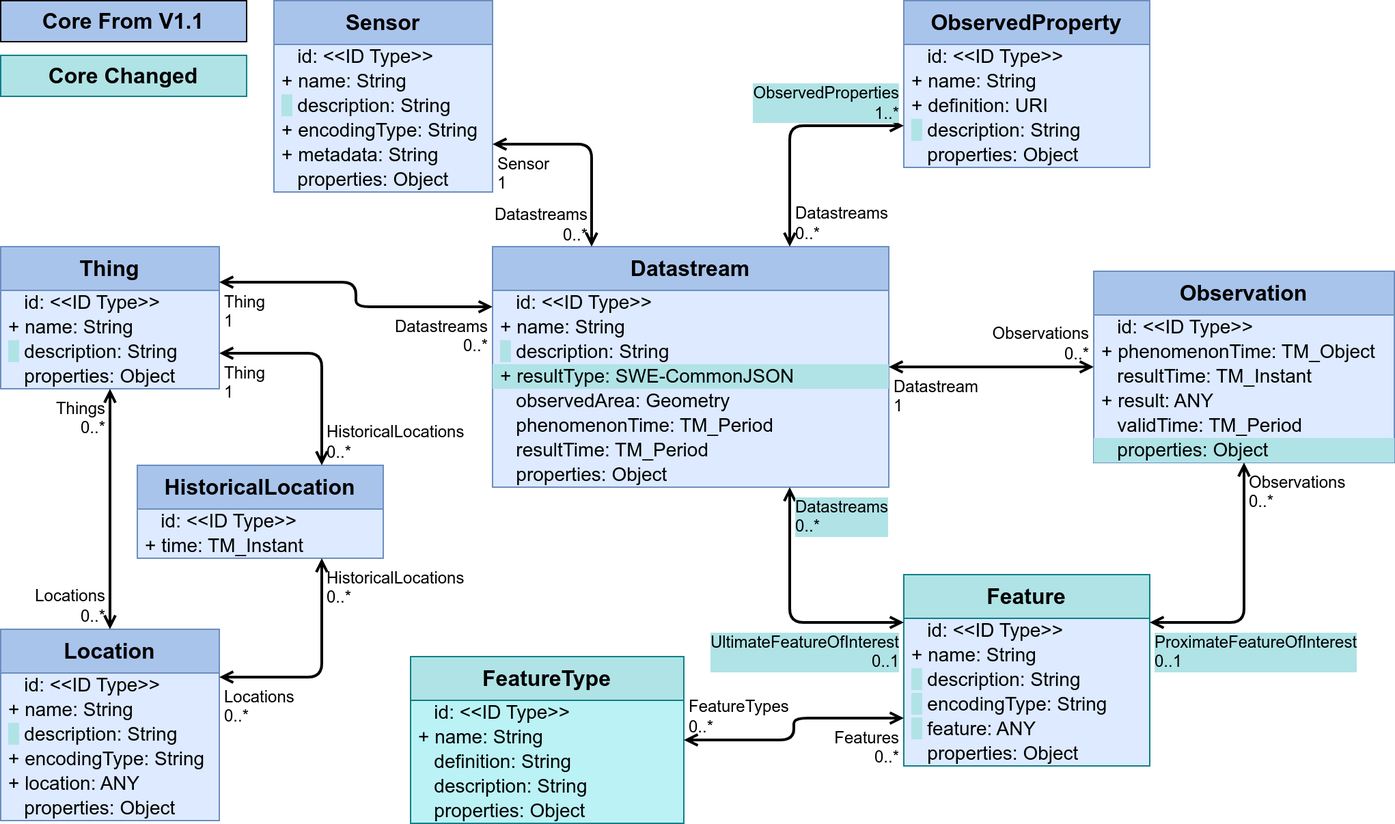
Earlier version of the draw.io export figures/Datamodel-SensorThingsApi-V2-proposal-1-Core-changed.drawio.png (opengeospatial/sensorthings). Source tidied: cells renumbered, new cells last; positions are measured from the earlier drawing's top-left corner, leaving out a move shared by most shapes.
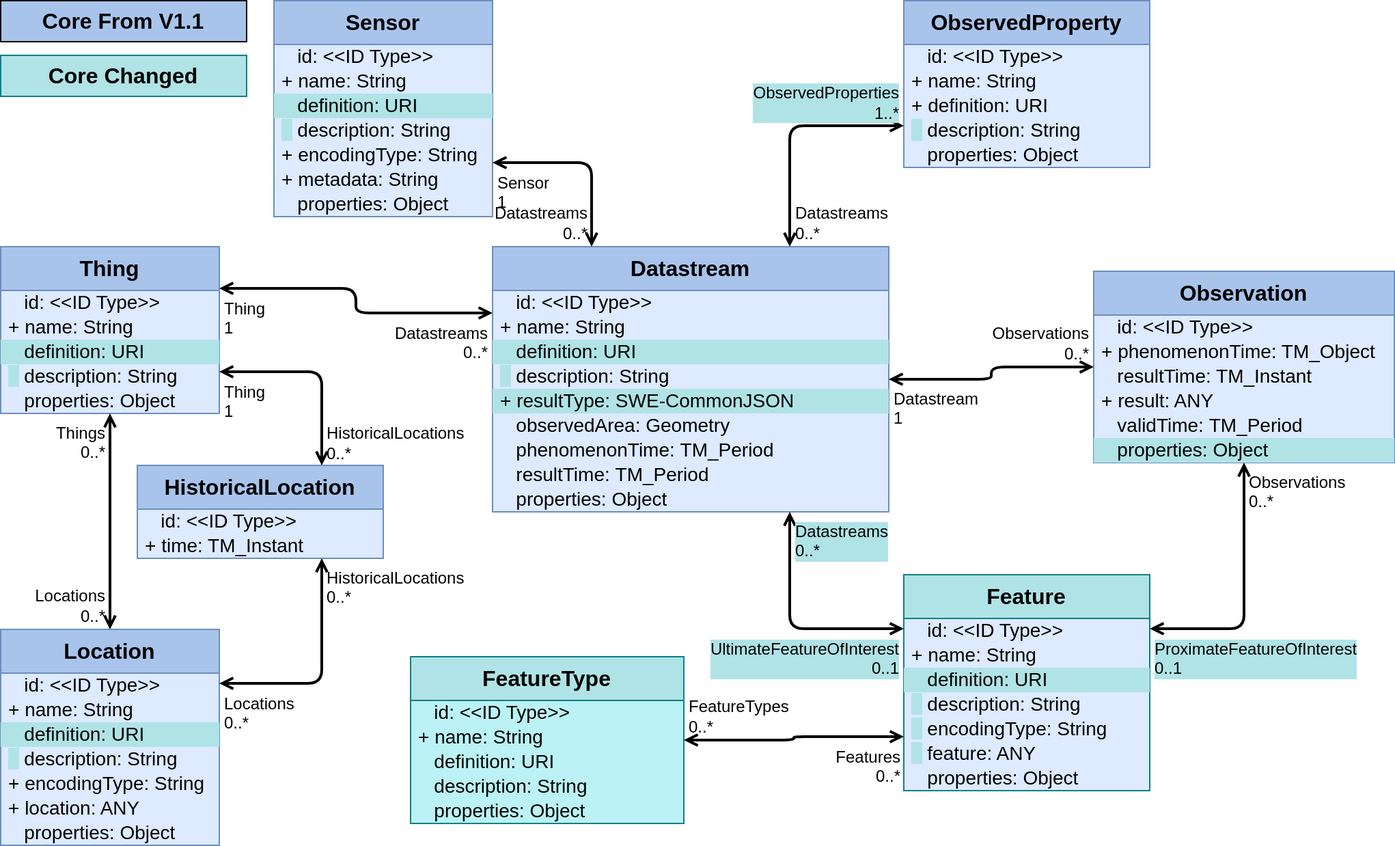
The same diagram one commit later.

Commit message:
Added definition field to most EntityTypes

What changed in the source:
```diff
@@ -3,7 +3,7 @@
     <mxCell id="0" />
     <mxCell id="1" parent="0" />
     <mxCell id="2" value="Datastream" style="swimlane;fontStyle=1;horizontal=1;startSize=32;fontSize=16;whiteSpace=wrap;html=1;fillColor=#A9C4EB;strokeColor=#6c8ebf;swimlaneFillColor=#DDEAFF;verticalAlign=top;" parent="1" vertex="1">
-      <mxGeometry x="360" y="180" width="290" height="176" as="geometry" />
+      <mxGeometry x="360" y="180" width="290" height="194" as="geometry" />
     </mxCell>
     <mxCell id="3" value="&amp;nbsp;&amp;nbsp;&amp;nbsp;id: &amp;lt;&amp;lt;ID Type&amp;gt;&amp;gt;" style="text;strokeColor=none;fillColor=none;align=left;verticalAlign=middle;spacingLeft=4;spacingRight=4;overflow=visible;html=1;fontSize=14;" parent="2" vertex="1">
       <mxGeometry y="32" width="290" height="18" as="geometry" />
@@ -11,26 +11,29 @@
     <mxCell id="4" value="+ name: String" style="text;strokeColor=none;fillColor=none;align=left;verticalAlign=middle;spacingLeft=4;spacingRight=4;overflow=visible;html=1;fontSize=14;" parent="2" vertex="1">
       <mxGeometry y="50" width="290" height="18" as="geometry" />
     </mxCell>
+    <mxCell id="91" value="&amp;nbsp; &amp;nbsp;definition: URI" style="text;strokeColor=none;fillColor=#B0E3E6;align=left;verticalAlign=middle;spacingLeft=4;spacingRight=4;overflow=visible;html=1;fontSize=14;" parent="2" vertex="1">
+      <mxGeometry y="68" width="290" height="18" as="geometry" />
+    </mxCell>
     <mxCell id="5" value="&lt;span style=&quot;background-color: rgb(176, 227, 230);&quot;&gt;&amp;nbsp; &lt;/span&gt;&amp;nbsp;description: String" style="text;strokeColor=none;fillColor=none;align=left;verticalAlign=middle;spacingLeft=4;spacingRight=4;overflow=visible;html=1;fontSize=14;" parent="2" vertex="1">
-      <mxGeometry y="68" width="290" height="18" as="geometry" />
+      <mxGeometry y="86" width="290" height="18" as="geometry" />
     </mxCell>
     <mxCell id="6" value="+ resultType: SWE-CommonJSON" style="text;strokeColor=none;fillColor=#b0e3e6;align=left;verticalAlign=middle;spacingLeft=4;spacingRight=4;overflow=visible;html=1;fontSize=14;" parent="2" vertex="1">
-      <mxGeometry y="86" width="290" height="18" as="geometry" />
+      <mxGeometry y="104" width="290" height="18" as="geometry" />
     </mxCell>
     <mxCell id="7" value="&amp;nbsp;&amp;nbsp;&amp;nbsp;observedArea: Geometry" style="text;strokeColor=none;fillColor=none;align=left;verticalAlign=middle;spacingLeft=4;spacingRight=4;overflow=visible;html=1;fontSize=14;" parent="2" vertex="1">
-      <mxGeometry y="104" width="290" height="18" as="geometry" />
+      <mxGeometry y="122" width="290" height="18" as="geometry" />
     </mxCell>
     <mxCell id="8" value="&amp;nbsp;&amp;nbsp;&amp;nbsp;phenomenonTime:&amp;nbsp;TM_Period" style="text;strokeColor=none;fillColor=none;align=left;verticalAlign=middle;spacingLeft=4;spacingRight=4;overflow=visible;html=1;fontSize=14;" parent="2" vertex="1">
-      <mxGeometry y="122" width="290" height="18" as="geometry" />
+      <mxGeometry y="140" width="290" height="18" as="geometry" />
     </mxCell>
     <mxCell id="9" value="&amp;nbsp;&amp;nbsp;&amp;nbsp;resultTime:&amp;nbsp;TM_Period" style="text;strokeColor=none;fillColor=none;align=left;verticalAlign=middle;spacingLeft=4;spacingRight=4;overflow=visible;html=1;fontSize=14;" parent="2" vertex="1">
-      <mxGeometry y="140" width="290" height="18" as="geometry" />
+      <mxGeometry y="158" width="290" height="18" as="geometry" />
     </mxCell>
     <mxCell id="10" value="&amp;nbsp;&amp;nbsp;&amp;nbsp;properties: Object" style="text;strokeColor=none;fillColor=none;align=left;verticalAlign=middle;spacingLeft=4;spacingRight=4;overflow=visible;html=1;fontSize=14;" parent="2" vertex="1">
-      <mxGeometry y="158" width="290" height="18" as="geometry" />
+      <mxGeometry y="176" width="290" height="18" as="geometry" />
     </mxCell>
     <mxCell id="11" value="Feature" style="swimlane;fontStyle=1;horizontal=1;startSize=32;fontSize=16;whiteSpace=wrap;html=1;fillColor=#b0e3e6;strokeColor=#0e8088;swimlaneFillColor=#DDEAFF;verticalAlign=top;" parent="1" vertex="1">
-      <mxGeometry x="661" y="420" width="180" height="140" as="geometry" />
+      <mxGeometry x="661" y="420" width="180" height="158" as="geometry" />
     </mxCell>
     <mxCell id="12" value="&amp;nbsp;&amp;nbsp;&amp;nbsp;id: &amp;lt;&amp;lt;ID Type&amp;gt;&amp;gt;" style="text;strokeColor=none;fillColor=none;align=left;verticalAlign=middle;spacingLeft=4;spacingRight=4;overflow=visible;html=1;fontSize=14;" parent="11" vertex="1">
       <mxGeometry y="32" width="180" height="18" as="geometry" />
@@ -38,17 +41,20 @@
     <mxCell id="13" value="+ name: String" style="text;strokeColor=none;fillColor=none;align=left;verticalAlign=middle;spacingLeft=4;spacingRight=4;overflow=visible;html=1;fontSize=14;" parent="11" vertex="1">
       <mxGeometry y="50" width="180" height="18" as="geometry" />
     </mxCell>
+    <mxCell id="92" value="&amp;nbsp; &amp;nbsp;definition: URI" style="text;strokeColor=none;fillColor=#B0E3E6;align=left;verticalAlign=middle;spacingLeft=4;spacingRight=4;overflow=visible;html=1;fontSize=14;" parent="11" vertex="1">
+      <mxGeometry y="68" width="180" height="18" as="geometry" />
+    </mxCell>
     <mxCell id="14" value="&lt;span style=&quot;background-color: rgb(176, 227, 230);&quot;&gt;&amp;nbsp; &lt;/span&gt;&amp;nbsp;description: String" style="text;strokeColor=none;fillColor=none;align=left;verticalAlign=middle;spacingLeft=4;spacingRight=4;overflow=visible;html=1;fontSize=14;" parent="11" vertex="1">
-      <mxGeometry y="68" width="180" height="18" as="geometry" />
+      <mxGeometry y="86" width="180" height="18" as="geometry" />
     </mxCell>
     <mxCell id="15" value="&lt;span style=&quot;background-color: rgb(176, 227, 230);&quot;&gt;&amp;nbsp; &lt;/span&gt;&amp;nbsp;encodingType: String" style="text;strokeColor=none;fillColor=none;align=left;verticalAlign=middle;spacingLeft=4;spacingRight=4;overflow=visible;html=1;fontSize=14;" parent="11" vertex="1">
-      <mxGeometry y="86" width="180" height="18" as="geometry" />
+      <mxGeometry y="104" width="180" height="18" as="geometry" />
     </mxCell>
     <mxCell id="16" value="&lt;span style=&quot;background-color: rgb(176, 227, 230);&quot;&gt;&amp;nbsp; &lt;/span&gt;&amp;nbsp;feature: ANY" style="text;strokeColor=none;fillColor=none;align=left;verticalAlign=middle;spacingLeft=4;spacingRight=4;overflow=visible;html=1;fontSize=14;" parent="11" vertex="1">
-      <mxGeometry y="104" width="180" height="18" as="geometry" />
+      <mxGeometry y="122" width="180" height="18" as="geometry" />
     </mxCell>
     <mxCell id="17" value="&amp;nbsp;&amp;nbsp;&amp;nbsp;properties: Object" style="text;strokeColor=none;fillColor=none;align=left;verticalAlign=middle;spacingLeft=4;spacingRight=4;overflow=visible;html=1;fontSize=14;" parent="11" vertex="1">
-      <mxGeometry y="122" width="180" height="18" as="geometry" />
+      <mxGeometry y="140" width="180" height="18" as="geometry" />
     </mxCell>
     <mxCell id="18" style="endArrow=open;startArrow=open;html=1;rounded=1;exitX=0;exitY=0.25;exitDx=0;exitDy=0;edgeStyle=orthogonalEdgeStyle;entryX=0.75;entryY=1;entryDx=0;entryDy=0;curved=0;strokeWidth=2;startFill=0;endFill=0;" parent="1" edge="1" source="11" target="2">
       <mxGeometry relative="1" as="geometry" />
@@ -68,7 +74,7 @@
     <mxCell id="23" value="+ name: String" style="text;strokeColor=none;fillColor=none;align=left;verticalAlign=middle;spacingLeft=4;spacingRight=4;overflow=visible;html=1;fontSize=14;" parent="21" vertex="1">
       <mxGeometry y="50" width="200" height="18" as="geometry" />
     </mxCell>
-    <mxCell id="24" value="&amp;nbsp; &amp;nbsp;definition: String" style="text;strokeColor=none;fillColor=none;align=left;verticalAlign=middle;spacingLeft=4;spacingRight=4;overflow=visible;html=1;fontSize=14;" parent="21" vertex="1">
+    <mxCell id="24" value="&amp;nbsp; &amp;nbsp;definition: URI" style="text;strokeColor=none;fillColor=none;align=left;verticalAlign=middle;spacingLeft=4;spacingRight=4;overflow=visible;html=1;fontSize=14;" parent="21" vertex="1">
       <mxGeometry y="68" width="200" height="18" as="geometry" />
     </mxCell>
     <mxCell id="25" value="&amp;nbsp;&amp;nbsp;&amp;nbsp;description: String" style="text;strokeColor=none;fillColor=none;align=left;verticalAlign=middle;spacingLeft=4;spacingRight=4;overflow=visible;html=1;fontSize=14;" parent="21" vertex="1">
@@ -96,7 +102,7 @@
       <mxGeometry y="50" width="180" height="18" as="geometry" />
     </mxCell>
     <mxCell id="33" value="Location" style="swimlane;fontStyle=1;horizontal=1;startSize=32;fontSize=16;whiteSpace=wrap;html=1;fillColor=#A9C4EB;strokeColor=#6c8ebf;swimlaneFillColor=#DDEAFF;verticalAlign=top;" parent="1" vertex="1">
-      <mxGeometry y="460" width="160" height="140" as="geometry" />
+      <mxGeometry y="460" width="160" height="158" as="geometry" />
     </mxCell>
     <mxCell id="34" value="&amp;nbsp;&amp;nbsp;&amp;nbsp;id: &amp;lt;&amp;lt;ID Type&amp;gt;&amp;gt;" style="text;strokeColor=none;fillColor=none;align=left;verticalAlign=middle;spacingLeft=4;spacingRight=4;overflow=visible;html=1;fontSize=14;" parent="33" vertex="1">
       <mxGeometry y="32" width="160" height="18" as="geometry" />
@@ -104,17 +110,20 @@
     <mxCell id="35" value="+ name: String" style="text;strokeColor=none;fillColor=none;align=left;verticalAlign=middle;spacingLeft=4;spacingRight=4;overflow=visible;html=1;fontSize=14;" parent="33" vertex="1">
       <mxGeometry y="50" width="160" height="18" as="geometry" />
     </mxCell>
+    <mxCell id="93" value="&amp;nbsp; &amp;nbsp;definition: URI" style="text;strokeColor=none;fillColor=#B0E3E6;align=left;verticalAlign=middle;spacingLeft=4;spacingRight=4;overflow=visible;html=1;fontSize=14;" parent="33" vertex="1">
+      <mxGeometry y="68" width="160" height="18" as="geometry" />
+    </mxCell>
     <mxCell id="36" value="&lt;span style=&quot;background-color: rgb(176, 227, 230);&quot;&gt;&amp;nbsp; &lt;/span&gt;&amp;nbsp;description: String" style="text;strokeColor=none;fillColor=none;align=left;verticalAlign=middle;spacingLeft=4;spacingRight=4;overflow=visible;html=1;fontSize=14;" parent="33" vertex="1">
-      <mxGeometry y="68" width="160" height="18" as="geometry" />
+      <mxGeometry y="86" width="160" height="18" as="geometry" />
     </mxCell>
     <mxCell id="37" value="+ encodingType: String" style="text;strokeColor=none;fillColor=none;align=left;verticalAlign=middle;spacingLeft=4;spacingRight=4;overflow=visible;html=1;fontSize=14;" parent="33" vertex="1">
-      <mxGeometry y="86" width="160" height="18" as="geometry" />
+      <mxGeometry y="104" width="160" height="18" as="geometry" />
     </mxCell>
     <mxCell id="38" value="+ location: ANY" style="text;strokeColor=none;fillColor=none;align=left;verticalAlign=middle;spacingLeft=4;spacingRight=4;overflow=visible;html=1;fontSize=14;" parent="33" vertex="1">
-      <mxGeometry y="104" width="160" height="18" as="geometry" />
+      <mxGeometry y="122" width="160" height="18" as="geometry" />
     </mxCell>
     <mxCell id="39" value="&amp;nbsp;&amp;nbsp;&amp;nbsp;properties: Object" style="text;strokeColor=none;fillColor=none;align=left;verticalAlign=middle;spacingLeft=4;spacingRight=4;overflow=visible;html=1;fontSize=14;" parent="33" vertex="1">
-      <mxGeometry y="122" width="160" height="18" as="geometry" />
+      <mxGeometry y="140" width="160" height="18" as="geometry" />
     </mxCell>
     <mxCell id="40" style="endArrow=open;startArrow=open;html=1;rounded=1;entryX=0.75;entryY=1;entryDx=0;entryDy=0;edgeStyle=orthogonalEdgeStyle;exitX=1;exitY=0.25;exitDx=0;exitDy=0;strokeWidth=2;curved=0;startFill=0;endFill=0;" parent="1" edge="1" source="33" target="30">
       <mxGeometry relative="1" as="geometry" />
@@ -192,7 +201,7 @@
       <mxGeometry x="1" relative="1" as="geometry" />
     </mxCell>
     <mxCell id="65" value="Sensor" style="swimlane;fontStyle=1;horizontal=1;startSize=32;fontSize=16;whiteSpace=wrap;html=1;fillColor=#A9C4EB;strokeColor=#6c8ebf;swimlaneFillColor=#DDEAFF;verticalAlign=top;" parent="1" vertex="1">
-      <mxGeometry x="200" width="160" height="140" as="geometry" />
+      <mxGeometry x="200" width="160" height="158" as="geometry" />
     </mxCell>
     <mxCell id="66" value="&amp;nbsp;&amp;nbsp;&amp;nbsp;id: &amp;lt;&amp;lt;ID Type&amp;gt;&amp;gt;" style="text;strokeColor=none;fillColor=none;align=left;verticalAlign=middle;spacingLeft=4;spacingRight=4;overflow=visible;html=1;fontSize=14;" parent="65" vertex="1">
       <mxGeometry y="32" width="160" height="18" as="geometry" />
@@ -200,17 +209,20 @@
     <mxCell id="67" value="+ name: String" style="text;strokeColor=none;fillColor=none;align=left;verticalAlign=middle;spacingLeft=4;spacingRight=4;overflow=visible;html=1;fontSize=14;" parent="65" vertex="1">
       <mxGeometry y="50" width="160" height="18" as="geometry" />
     </mxCell>
+    <mxCell id="94" value="&amp;nbsp; &amp;nbsp;definition: URI" style="text;strokeColor=none;fillColor=#B0E3E6;align=left;verticalAlign=middle;spacingLeft=4;spacingRight=4;overflow=visible;html=1;fontSize=14;" parent="65" vertex="1">
+      <mxGeometry y="68" width="160" height="18" as="geometry" />
+    </mxCell>
     <mxCell id="68" value="&lt;span style=&quot;background-color: rgb(176, 227, 230);&quot;&gt;&amp;nbsp; &lt;/span&gt;&amp;nbsp;description: String" style="text;strokeColor=none;fillColor=none;align=left;verticalAlign=middle;spacingLeft=4;spacingRight=4;overflow=visible;html=1;fontSize=14;" parent="65" vertex="1">
-      <mxGeometry y="68" width="160" height="18" as="geometry" />
+      <mxGeometry y="86" width="160" height="18" as="geometry" />
     </mxCell>
     <mxCell id="69" value="+ encodingType: String" style="text;strokeColor=none;fillColor=none;align=left;verticalAlign=middle;spacingLeft=4;spacingRight=4;overflow=visible;html=1;fontSize=14;" parent="65" vertex="1">
-      <mxGeometry y="86" width="160" height="18" as="geometry" />
+      <mxGeometry y="104" width="160" height="18" as="geometry" />
     </mxCell>
     <mxCell id="70" value="+ metadata: String" style="text;strokeColor=none;fillColor=none;align=left;verticalAlign=middle;spacingLeft=4;spacingRight=4;overflow=visible;html=1;fontSize=14;" parent="65" vertex="1">
-      <mxGeometry y="104" width="160" height="18" as="geometry" />
+      <mxGeometry y="122" width="160" height="18" as="geometry" />
     </mxCell>
     <mxCell id="71" value="&amp;nbsp;&amp;nbsp;&amp;nbsp;properties: Object" style="text;strokeColor=none;fillColor=none;align=left;verticalAlign=middle;spacingLeft=4;spacingRight=4;overflow=visible;html=1;fontSize=14;" parent="65" vertex="1">
-      <mxGeometry y="122" width="160" height="18" as="geometry" />
+      <mxGeometry y="140" width="160" height="18" as="geometry" />
     </mxCell>
     <mxCell id="72" style="endArrow=open;startArrow=open;html=1;rounded=1;entryX=0.25;entryY=0;entryDx=0;entryDy=0;edgeStyle=orthogonalEdgeStyle;exitX=1;exitY=0.75;exitDx=0;exitDy=0;curved=0;strokeWidth=2;startFill=0;endFill=0;" parent="1" edge="1" source="65" target="2">
       <mxGeometry relative="1" as="geometry" />
@@ -222,7 +234,7 @@
       <mxGeometry x="1" relative="1" as="geometry" />
     </mxCell>
     <mxCell id="75" value="Thing" style="swimlane;fontStyle=1;horizontal=1;startSize=32;fontSize=16;whiteSpace=wrap;html=1;fillColor=#A9C4EB;strokeColor=#6c8ebf;swimlaneFillColor=#DDEAFF;verticalAlign=top;" parent="1" vertex="1">
-      <mxGeometry y="180" width="160" height="104" as="geometry" />
+      <mxGeometry y="180" width="160" height="122" as="geometry" />
     </mxCell>
     <mxCell id="76" value="&amp;nbsp;&amp;nbsp;&amp;nbsp;id: &amp;lt;&amp;lt;ID Type&amp;gt;&amp;gt;" style="text;strokeColor=none;fillColor=none;align=left;verticalAlign=middle;spacingLeft=4;spacingRight=4;overflow=visible;html=1;fontSize=14;" parent="75" vertex="1">
       <mxGeometry y="32" width="160" height="18" as="geometry" />
@@ -230,11 +242,14 @@
     <mxCell id="77" value="+ name: String" style="text;strokeColor=none;fillColor=none;align=left;verticalAlign=middle;spacingLeft=4;spacingRight=4;overflow=visible;html=1;fontSize=14;" parent="75" vertex="1">
       <mxGeometry y="50" width="160" height="18" as="geometry" />
     </mxCell>
+    <mxCell id="95" value="&amp;nbsp; &amp;nbsp;definition: URI" style="text;strokeColor=none;fillColor=#B0E3E6;align=left;verticalAlign=middle;spacingLeft=4;spacingRight=4;overflow=visible;html=1;fontSize=14;" parent="75" vertex="1">
+      <mxGeometry y="68" width="160" height="18" as="geometry" />
+    </mxCell>
     <mxCell id="78" value="&lt;span style=&quot;background-color: rgb(176, 227, 230);&quot;&gt;&amp;nbsp; &lt;/span&gt;&amp;nbsp;description: String" style="text;strokeColor=none;fillColor=none;align=left;verticalAlign=middle;spacingLeft=4;spacingRight=4;overflow=visible;html=1;fontSize=14;" parent="75" vertex="1">
-      <mxGeometry y="68" width="160" height="18" as="geometry" />
+      <mxGeometry y="86" width="160" height="18" as="geometry" />
     </mxCell>
     <mxCell id="79" value="&amp;nbsp;&amp;nbsp;&amp;nbsp;properties: Object" style="text;strokeColor=none;fillColor=none;align=left;verticalAlign=middle;spacingLeft=4;spacingRight=4;overflow=visible;html=1;fontSize=14;" parent="75" vertex="1">
-      <mxGeometry y="86" width="160" height="18" as="geometry" />
+      <mxGeometry y="104" width="160" height="18" as="geometry" />
     </mxCell>
     <mxCell id="80" style="endArrow=open;startArrow=open;html=1;rounded=1;exitX=1;exitY=0.75;exitDx=0;exitDy=0;edgeStyle=orthogonalEdgeStyle;entryX=0.75;entryY=0;entryDx=0;entryDy=0;strokeWidth=2;curved=0;startFill=0;endFill=0;" parent="1" edge="1" source="75" target="30">
       <mxGeometry relative="1" as="geometry" />
```
